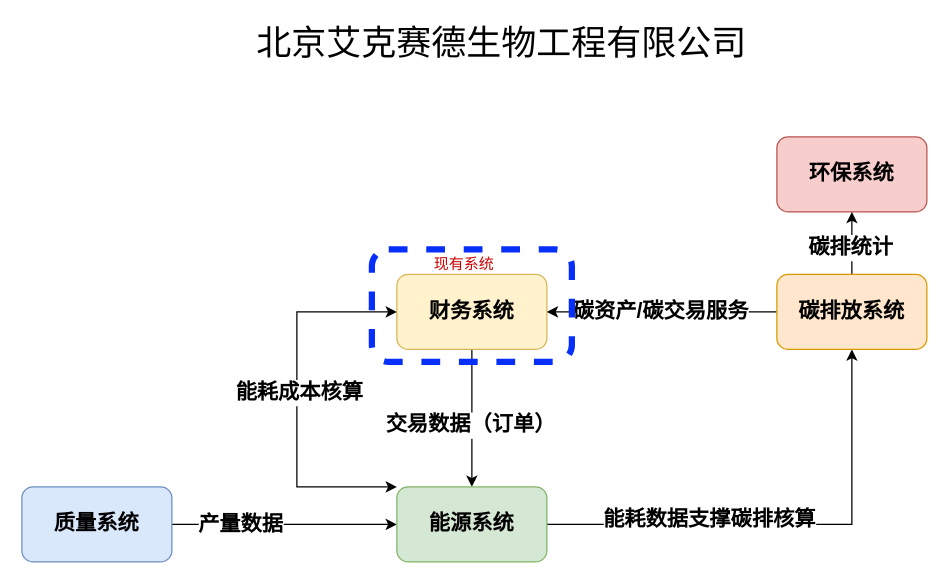
jtzjtz/draw-io keeps this draw.io diagram as 艾克赛德.drawio. Above is the earlier version. Source tidied: cells renumbered, new cells numbered last; positions are measured from the earlier drawing's top-left corner, leaving out a move shared by most shapes. Both pictures are drawn from the tidied source at 125%, with x=0, y=0 at pixel (21, 24).
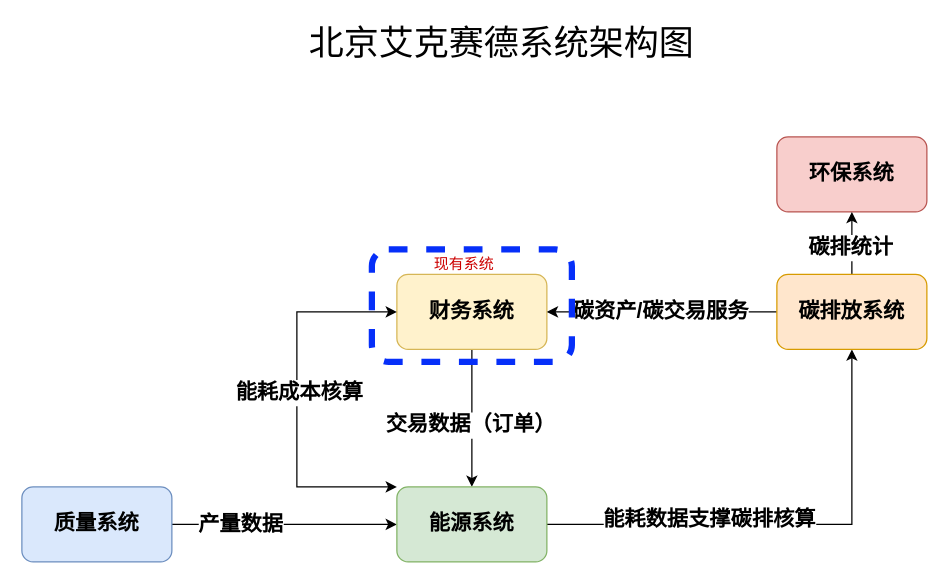
After the change.

Commit message (it also covers changes not shown here):
更新艾克赛德.drawio

Change to the diagram source:
```diff
@@
-    <mxCell id="19" value="北京艾克赛德生物工程有限公司" style="text;html=1;whiteSpace=wrap;strokeColor=none;fillColor=none;align=center;verticalAlign=middle;rounded=0;fontSize=28;" parent="1" vertex="1">
+    <mxCell id="19" value="北京艾克赛德系统架构图" style="text;html=1;whiteSpace=wrap;strokeColor=none;fillColor=none;align=center;verticalAlign=middle;rounded=0;fontSize=28;" parent="1" vertex="1">
       <mxGeometry x="139" width="490" height="30" as="geometry" />
     </mxCell>
```
